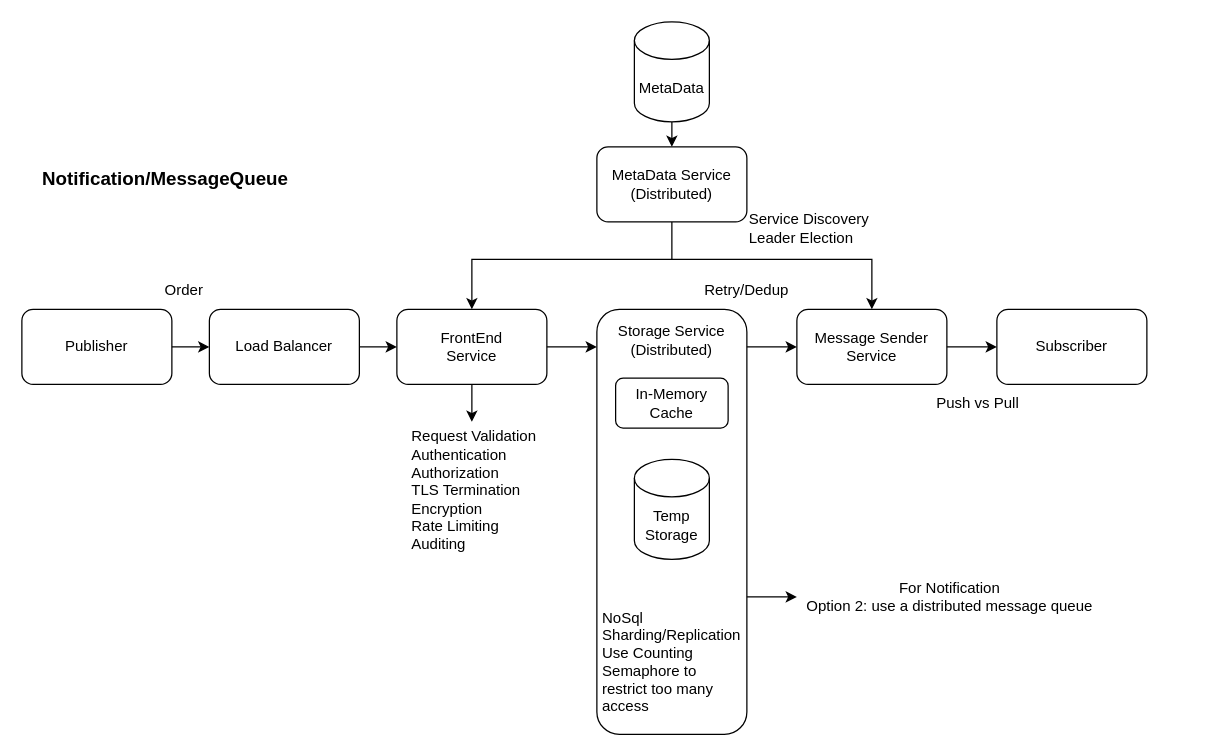
xwq172677170/SysdDiagram keeps this draw.io diagram as 1_Notification_MessageQ.drawio. Above is the earlier version. Source tidied: cells renumbered, new cells numbered last; positions are measured from the earlier drawing's top-left corner, leaving out a move shared by most shapes. Both pictures are drawn from the tidied source at 125%, with x=0, y=0 at pixel (21, 21).
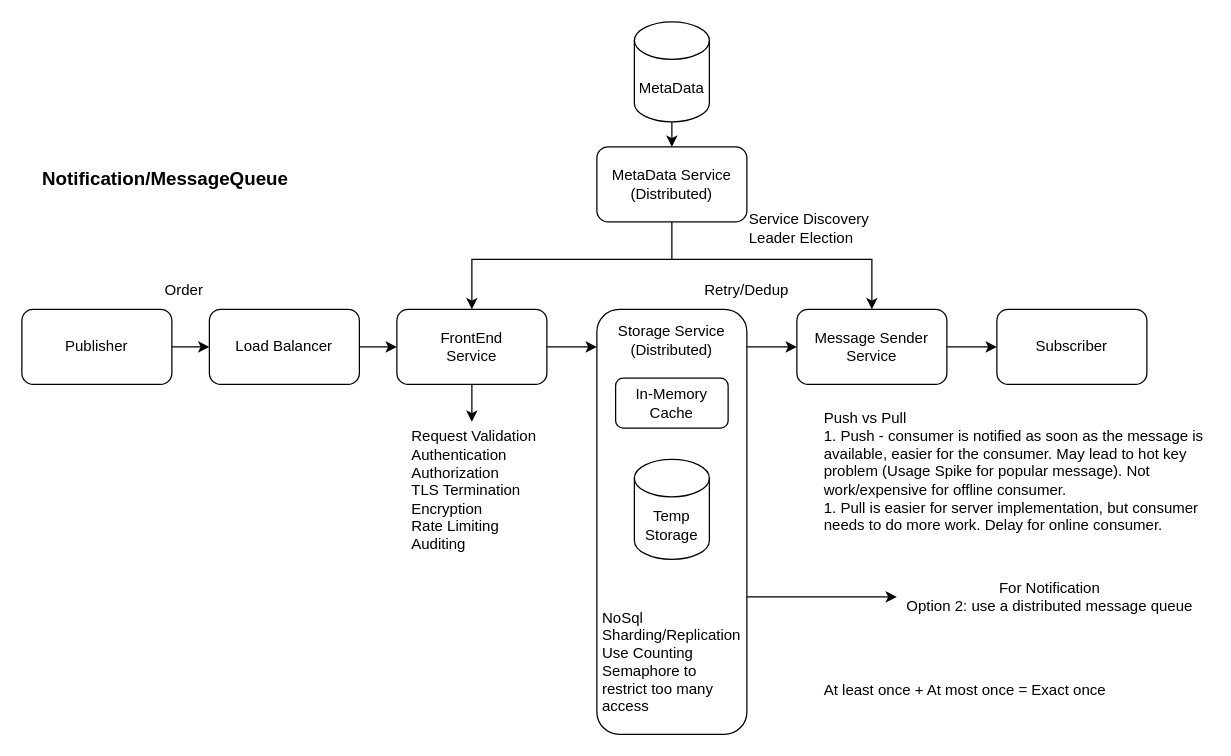
The same diagram, later.

Diff of the diagram source:
```diff
@@
-    <mxCell id="25" value="Push vs Pull" style="text;html=1;strokeColor=none;fillColor=none;align=center;verticalAlign=middle;whiteSpace=wrap;rounded=0;" parent="1" vertex="1">
-      <mxGeometry x="730" y="290" width="70" height="30" as="geometry" />
+    <mxCell id="25" value="Push vs Pull&lt;br&gt;1. Push - consumer is notified as soon as the message is available, easier for the consumer. May lead to hot key problem (Usage Spike for popular message). Not work/expensive for offline consumer.&lt;br&gt;1. Pull is easier for server implementation, but consumer needs to do more work. Delay for online consumer." style="text;html=1;strokeColor=none;fillColor=none;align=left;verticalAlign=middle;whiteSpace=wrap;rounded=0;" parent="1" vertex="1">
+      <mxGeometry x="640" y="290" width="310" height="140" as="geometry" />
     </mxCell>
@@
     <mxCell id="29" value="For Notification&lt;br&gt;Option 2: use a distributed message queue" style="text;html=1;strokeColor=none;fillColor=none;align=center;verticalAlign=middle;whiteSpace=wrap;rounded=0;" parent="1" vertex="1">
-      <mxGeometry x="620" y="420" width="245" height="80" as="geometry" />
+      <mxGeometry x="700" y="420" width="245" height="80" as="geometry" />
     </mxCell>
@@
+    <mxCell id="31" value="At least once + At most once = Exact once" style="text;html=1;strokeColor=none;fillColor=none;align=left;verticalAlign=middle;whiteSpace=wrap;rounded=0;" parent="1" vertex="1">
+      <mxGeometry x="640" y="520" width="240" height="30" as="geometry" />
+    </mxCell>
```
